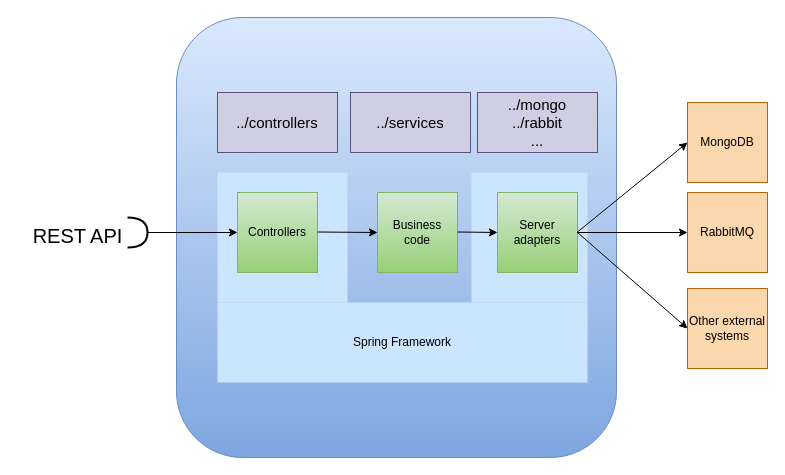
opfab/operatorfabric-core keeps this draw.io diagram as src/docs/asciidoc/images/SoftwareArchitecture-Back.drawio. Above is the earlier version. Source tidied: cells renumbered, new cells numbered last; positions are measured from the earlier drawing's top-left corner, leaving out a move shared by most shapes. Both pictures are drawn from the tidied source at 100%, with x=0, y=0 at pixel (17, 17).
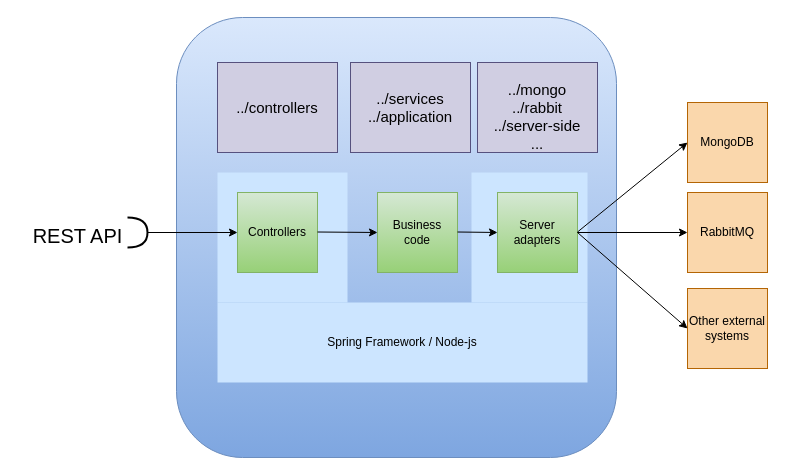
The same page after the edit.

Commit message (it also covers changes not shown here):
Modify architecture documentation to add cards-reminder, cards-external-diffusion, supervisor services (#4493)

What changed in the source:
```diff
@@
-    <mxCell id="13" value="Spring Framework" style="rounded=0;whiteSpace=wrap;html=1;fillColor=#cce5ff;strokeWidth=0;strokeColor=none;" parent="1" vertex="1">
+    <mxCell id="13" value="Spring Framework / Node-js" style="rounded=0;whiteSpace=wrap;html=1;fillColor=#cce5ff;strokeWidth=0;strokeColor=none;" parent="1" vertex="1">
       <mxGeometry x="200" y="285" width="370" height="80" as="geometry" />
     </mxCell>
     <mxCell id="14" value="../controllers" style="rounded=0;whiteSpace=wrap;html=1;strokeWidth=1;fontSize=15;fillColor=#d0cee2;strokeColor=#56517e;" parent="1" vertex="1">
-      <mxGeometry x="200" y="75" width="120" height="60" as="geometry" />
+      <mxGeometry x="200" y="45" width="120" height="90" as="geometry" />
     </mxCell>
-    <mxCell id="15" value="../services" style="rounded=0;whiteSpace=wrap;html=1;strokeWidth=1;fontSize=15;fillColor=#d0cee2;strokeColor=#56517e;" parent="1" vertex="1">
-      <mxGeometry x="333" y="75" width="120" height="60" as="geometry" />
+    <mxCell id="15" value="../services&lt;br&gt;../application" style="rounded=0;whiteSpace=wrap;html=1;strokeWidth=1;fontSize=15;fillColor=#d0cee2;strokeColor=#56517e;" parent="1" vertex="1">
+      <mxGeometry x="333" y="45" width="120" height="90" as="geometry" />
     </mxCell>
-    <mxCell id="16" value="&lt;div&gt;../mongo&lt;/div&gt;&lt;div&gt;../rabbit&lt;/div&gt;&lt;div&gt;...&lt;br&gt;&lt;/div&gt;" style="rounded=0;whiteSpace=wrap;html=1;strokeWidth=1;fontSize=15;fillColor=#d0cee2;strokeColor=#56517e;" parent="1" vertex="1">
-      <mxGeometry x="460" y="75" width="120" height="60" as="geometry" />
+    <mxCell id="16" value="&lt;div&gt;&lt;br&gt;&lt;/div&gt;&lt;div&gt;../mongo&lt;/div&gt;&lt;div&gt;../rabbit&lt;/div&gt;&lt;div&gt;../server-side&lt;/div&gt;&lt;div&gt;...&lt;br&gt;&lt;/div&gt;" style="rounded=0;whiteSpace=wrap;html=1;strokeWidth=1;fontSize=15;fillColor=#d0cee2;strokeColor=#56517e;" parent="1" vertex="1">
+      <mxGeometry x="460" y="45" width="120" height="90" as="geometry" />
     </mxCell>
```
